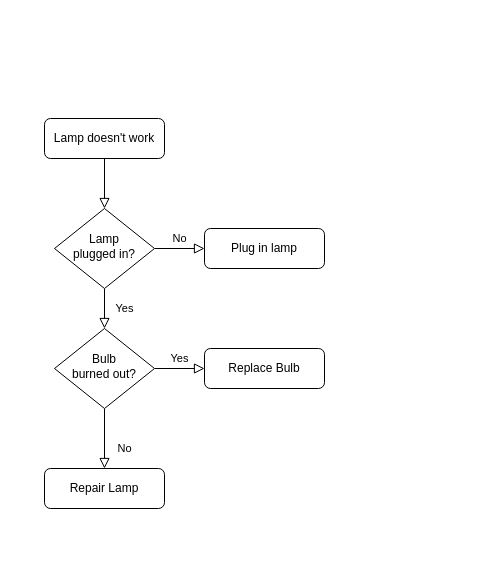
This is Untitled Diagram.drawio from Squing0/Calculator, a draw.io file, before an edit. Source tidied: cells renumbered, new cells numbered last; positions are measured from the earlier drawing's top-left corner, leaving out a move shared by most shapes. Both pictures are drawn from the tidied source at 100%, with x=0, y=0 at pixel (44, 118).
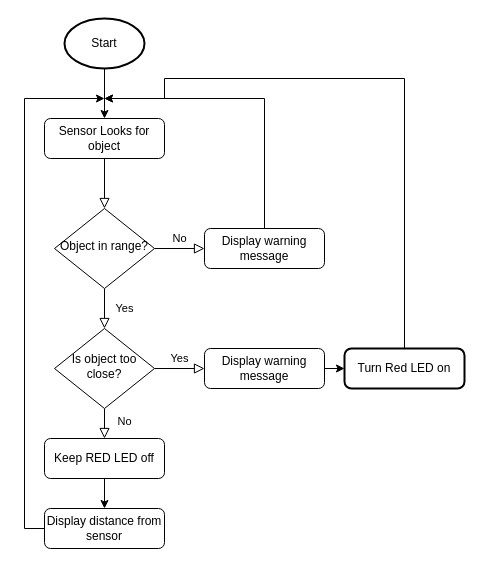
Above is the later version.

Diff of the diagram source:
```diff
@@
-    <mxCell id="3" value="Lamp doesn't work" style="rounded=1;whiteSpace=wrap;html=1;fontSize=12;glass=0;strokeWidth=1;shadow=0;" parent="1" vertex="1">
+    <mxCell id="3" value="Sensor Looks for object" style="rounded=1;whiteSpace=wrap;html=1;fontSize=12;glass=0;strokeWidth=1;shadow=0;" parent="1" vertex="1">
       <mxGeometry width="120" height="40" as="geometry" />
     </mxCell>
@@
-    <mxCell id="6" value="Lamp&lt;br&gt;plugged in?" style="rhombus;whiteSpace=wrap;html=1;shadow=0;fontFamily=Helvetica;fontSize=12;align=center;strokeWidth=1;spacing=6;spacingTop=-4;" parent="1" vertex="1">
+    <mxCell id="6" value="Object in range?" style="rhombus;whiteSpace=wrap;html=1;shadow=0;fontFamily=Helvetica;fontSize=12;align=center;strokeWidth=1;spacing=6;spacingTop=-4;" parent="1" vertex="1">
       <mxGeometry x="10" y="90" width="100" height="80" as="geometry" />
     </mxCell>
+    <mxCell id="13" style="edgeStyle=orthogonalEdgeStyle;rounded=0;jettySize=auto;html=1;exitX=0.5;exitY=0;exitDx=0;exitDy=0;" parent="1" edge="1" source="7">
+      <mxGeometry relative="1" as="geometry">
+        <mxPoint x="60" y="-20" as="targetPoint" />
+        <Array as="points">
+          <mxPoint x="220" y="-20" />
+        </Array>
+      </mxGeometry>
+    </mxCell>
-    <mxCell id="7" value="Plug in lamp" style="rounded=1;whiteSpace=wrap;html=1;fontSize=12;glass=0;strokeWidth=1;shadow=0;" parent="1" vertex="1">
+    <mxCell id="7" value="Display warning message" style="rounded=1;whiteSpace=wrap;html=1;fontSize=12;glass=0;strokeWidth=1;shadow=0;" parent="1" vertex="1">
       <mxGeometry x="160" y="110" width="120" height="40" as="geometry" />
     </mxCell>
@@
-    <mxCell id="10" value="Bulb&lt;br&gt;burned out?" style="rhombus;whiteSpace=wrap;html=1;shadow=0;fontFamily=Helvetica;fontSize=12;align=center;strokeWidth=1;spacing=6;spacingTop=-4;" parent="1" vertex="1">
+    <mxCell id="10" value="Is object too close?" style="rhombus;whiteSpace=wrap;html=1;shadow=0;fontFamily=Helvetica;fontSize=12;align=center;strokeWidth=1;spacing=6;spacingTop=-4;" parent="1" vertex="1">
       <mxGeometry x="10" y="210" width="100" height="80" as="geometry" />
     </mxCell>
+    <mxCell id="14" style="edgeStyle=orthogonalEdgeStyle;rounded=0;jettySize=auto;html=1;exitX=0.5;exitY=1;exitDx=0;exitDy=0;entryX=0.5;entryY=0;entryDx=0;entryDy=0;" parent="1" edge="1" source="11" target="20">
+      <mxGeometry relative="1" as="geometry" />
+    </mxCell>
-    <mxCell id="11" value="Repair Lamp" style="rounded=1;whiteSpace=wrap;html=1;fontSize=12;glass=0;strokeWidth=1;shadow=0;" parent="1" vertex="1">
-      <mxGeometry y="350" width="120" height="40" as="geometry" />
+    <mxCell id="11" value="Keep RED LED off" style="rounded=1;whiteSpace=wrap;html=1;fontSize=12;glass=0;strokeWidth=1;shadow=0;" parent="1" vertex="1">
+      <mxGeometry y="320" width="120" height="40" as="geometry" />
     </mxCell>
+    <mxCell id="15" style="edgeStyle=orthogonalEdgeStyle;rounded=0;jettySize=auto;html=1;exitX=1;exitY=0.5;exitDx=0;exitDy=0;entryX=0;entryY=0.5;entryDx=0;entryDy=0;" parent="1" edge="1" source="12" target="19">
+      <mxGeometry relative="1" as="geometry" />
+    </mxCell>
-    <mxCell id="12" value="Replace Bulb" style="rounded=1;whiteSpace=wrap;html=1;fontSize=12;glass=0;strokeWidth=1;shadow=0;" parent="1" vertex="1">
+    <mxCell id="12" value="Display warning message" style="rounded=1;whiteSpace=wrap;html=1;fontSize=12;glass=0;strokeWidth=1;shadow=0;" parent="1" vertex="1">
       <mxGeometry x="160" y="230" width="120" height="40" as="geometry" />
     </mxCell>
+    <mxCell id="16" style="edgeStyle=orthogonalEdgeStyle;rounded=0;jettySize=auto;html=1;exitX=0.5;exitY=1;exitDx=0;exitDy=0;exitPerimeter=0;entryX=0.5;entryY=0;entryDx=0;entryDy=0;" parent="1" edge="1" source="17" target="3">
+      <mxGeometry relative="1" as="geometry" />
+    </mxCell>
+    <mxCell id="17" value="Start" style="strokeWidth=2;html=1;shape=mxgraph.flowchart.start_1;whiteSpace=wrap;" parent="1" vertex="1">
+      <mxGeometry x="20" y="-100" width="80" height="50" as="geometry" />
+    </mxCell>
+    <mxCell id="18" style="edgeStyle=orthogonalEdgeStyle;rounded=0;jettySize=auto;html=1;exitX=0.5;exitY=0;exitDx=0;exitDy=0;" parent="1" edge="1" source="19">
+      <mxGeometry relative="1" as="geometry">
+        <mxPoint x="60" y="-20" as="targetPoint" />
+        <Array as="points">
+          <mxPoint x="360" y="-40" />
+          <mxPoint x="120" y="-40" />
+          <mxPoint x="120" y="-20" />
+        </Array>
+      </mxGeometry>
+    </mxCell>
+    <mxCell id="19" value="Turn Red LED on" style="rounded=1;whiteSpace=wrap;html=1;absoluteArcSize=1;arcSize=14;strokeWidth=2;" parent="1" vertex="1">
+      <mxGeometry x="300" y="230" width="120" height="40" as="geometry" />
+    </mxCell>
+    <mxCell id="20" value="Display distance from sensor" style="rounded=1;whiteSpace=wrap;html=1;fontSize=12;glass=0;strokeWidth=1;shadow=0;" parent="1" vertex="1">
+      <mxGeometry y="390" width="120" height="40" as="geometry" />
+    </mxCell>
+    <mxCell id="21" style="edgeStyle=orthogonalEdgeStyle;rounded=0;jettySize=auto;html=1;exitX=0;exitY=0.5;exitDx=0;exitDy=0;" parent="1" edge="1" source="20">
+      <mxGeometry relative="1" as="geometry">
+        <mxPoint x="60" y="-20" as="targetPoint" />
+        <Array as="points">
+          <mxPoint x="-20" y="410" />
+          <mxPoint x="-20" y="-20" />
+        </Array>
+      </mxGeometry>
+    </mxCell>
```
